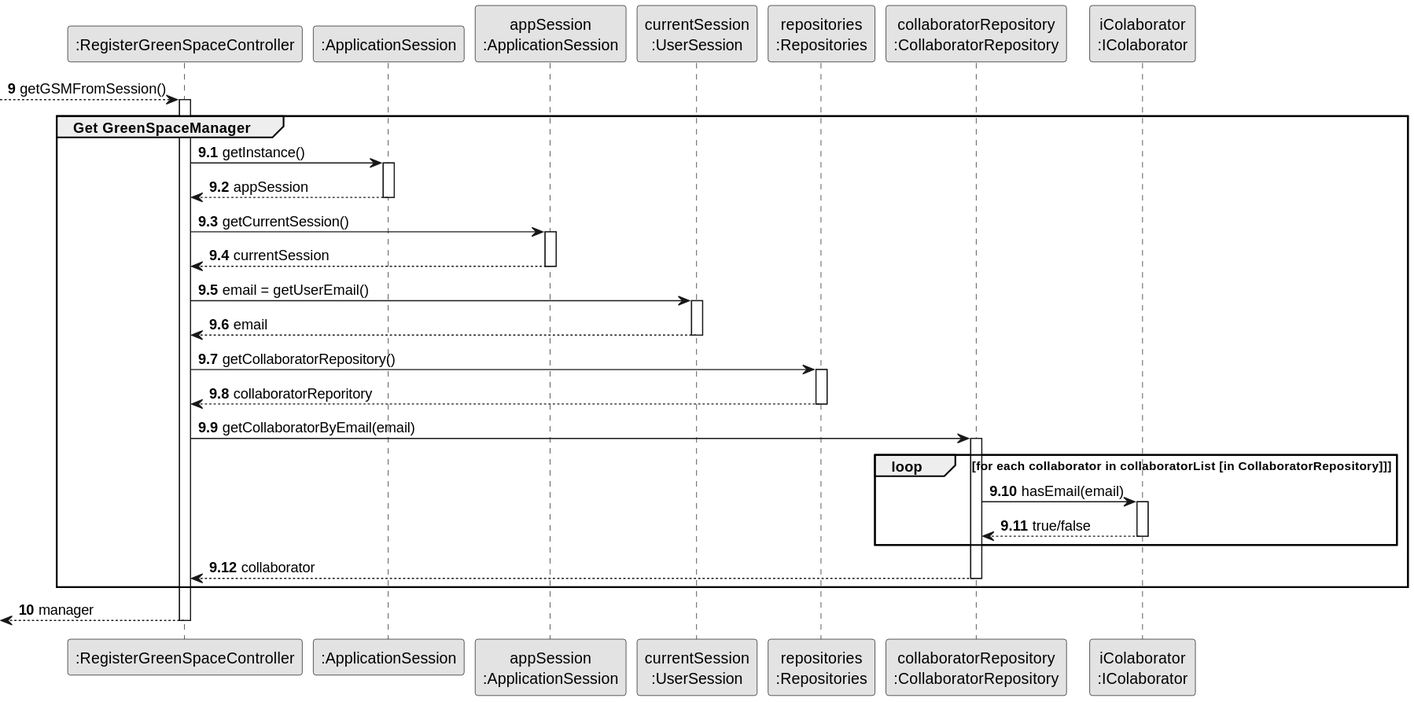
Departamento-de-Engenharia-Informatica/lei-24-s2-1db-g022 keeps this PlantUML diagram as docs/sprint3/us21/03.design/svg/us21-partial-sequence-diagram-get-GSM.svg. Above is the earlier version.
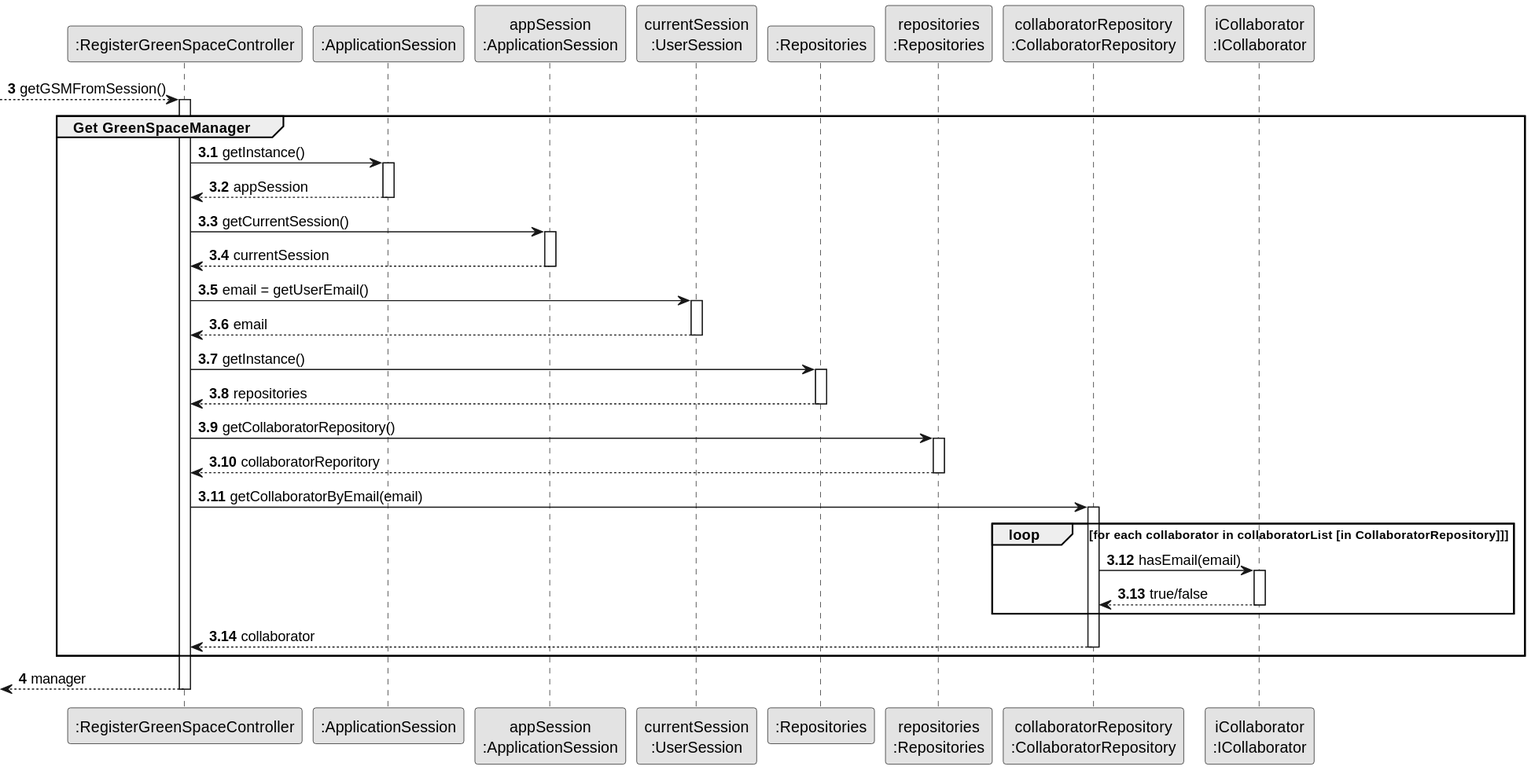
After the change.

What changed in the source:
```diff
@@ -6,75 +6,74 @@
 participant ":ApplicationSession" as _APP
 participant "appSession\n:ApplicationSession" as APP
 participant "currentSession\n:UserSession" as SESSAO
+participant ":Repositories" as RepositorySingleton
 participant "repositories\n:Repositories" as REPO
 participant "collaboratorRepository\n:CollaboratorRepository" as COLREPO
-participant "iColaborator\n:IColaborator" as ICOL
+participant "iCollaborator\n:ICollaborator" as ICOL
 
-autonumber 9
+autonumber 3
 
 --> CTRL : getGSMFromSession()
 
-autonumber 9.1
+autonumber 3.1
 
 activate CTRL
 
-group Get GreenSpaceManager
+    group Get GreenSpaceManager
 
 
-CTRL -> _APP : getInstance()
+        CTRL -> _APP : getInstance()
+    activate _APP
 
-activate _APP
+        _APP --> CTRL : appSession
+    deactivate _APP
 
-_APP --> CTRL : appSession
+        CTRL -> APP : getCurrentSession()
 
-deactivate _APP
+    activate APP
 
-CTRL -> APP : getCurrentSession()
+        APP --> CTRL : currentSession
 
-activate APP
+    deactivate APP
 
-APP --> CTRL : currentSession
+        CTRL -> SESSAO : email = getUserEmail()
 
-deactivate APP
+    activate SESSAO
 
-CTRL -> SESSAO : email = getUserEmail()
+        SESSAO --> CTRL : email
 
-activate SESSAO
+    deactivate SESSAO
 
-SESSAO --> CTRL : email
+        CTRL -> RepositorySingleton : getInstance()
+    activate RepositorySingleton
 
-deactivate SESSAO
+        RepositorySingleton --> CTRL: repositories
+    deactivate RepositorySingleton
 
-CTRL -> REPO : getCollaboratorRepository()
+        CTRL -> REPO : getCollaboratorRepository()
+    activate REPO
 
-activate REPO
+        REPO --> CTRL : collaboratorReporitory
+    deactivate REPO
 
-REPO --> CTRL : collaboratorReporitory
+        CTRL ->  COLREPO : getCollaboratorByEmail(email)
+    activate COLREPO
 
-deactivate REPO
+    loop for each collaborator in collaboratorList [in CollaboratorRepository]]
 
-CTRL ->  COLREPO : getCollaboratorByEmail(email)
+        COLREPO -> ICOL : hasEmail(email)
+    activate ICOL
 
-activate COLREPO
+        ICOL --> COLREPO : true/false
+    deactivate ICOL
 
-loop for each collaborator in collaboratorList [in CollaboratorRepository]]
+    end
 
-COLREPO -> ICOL : hasEmail(email)
-
-activate ICOL
-
-ICOL --> COLREPO : true/false
-
-deactivate ICOL
+        COLREPO --> CTRL : collaborator
+    deactivate COLREPO
 
 end
-
-COLREPO --> CTRL : collaborator
-
-deactivate COLREPO
-
-end
-autonumber 10
+autonumber 4
 
 <--CTRL : manager
 deactivate CTRL
```
